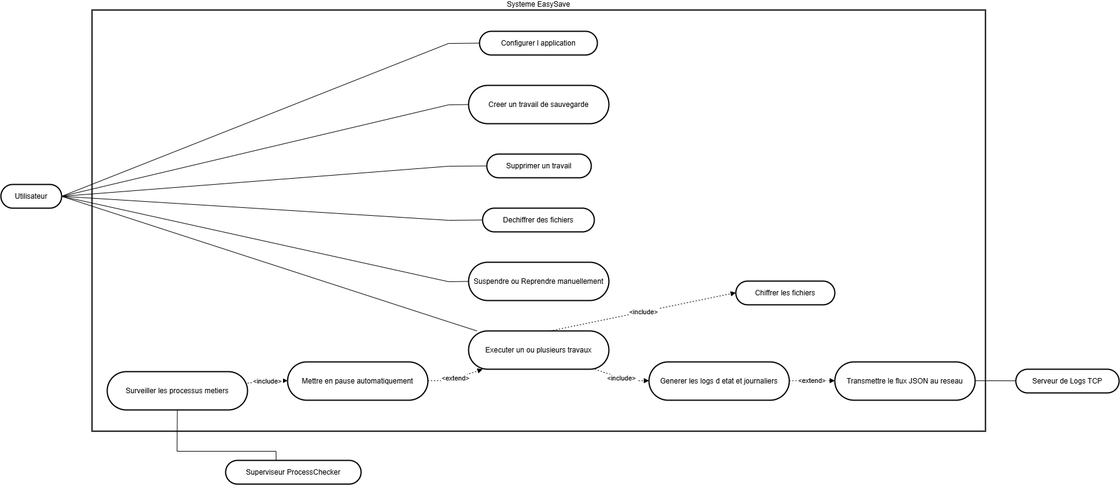
Earlier version of the draw.io export docs/diagramme use case.png (Doggo785/EasySave). Source tidied: cells renumbered, new cells last; positions are measured from the earlier drawing's top-left corner, leaving out a move shared by most shapes.
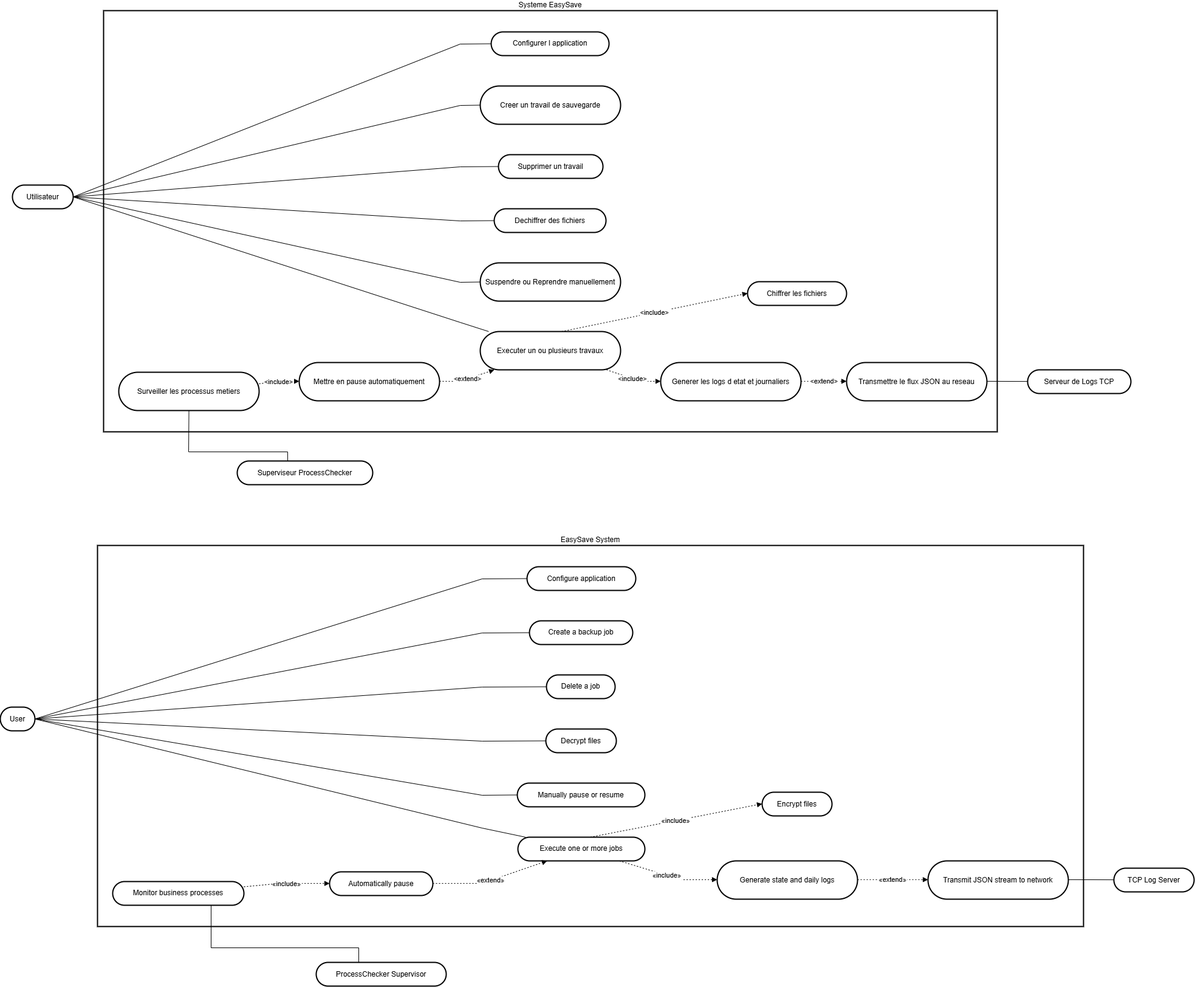
The same file after the commit.

Commit message:
docs(diagrams): translate sequence and use case diagrams to English

Update the labels and documentation for the V3 sequence and use case diagrams to use English terminology.

Standardize technical terms in sequence diagrams

Translate actors and actions in use case diagrams

Ensure consistency with the rest of the technical documentation

What changed in the source:
```diff
@@ -127,5 +127,131 @@
     <mxCell id="29" style="curved=1;startArrow=none;endArrow=none;exitX=1;exitY=0.49;entryX=0;entryY=0.49;rounded=0;" parent="1" edge="1" source="16" target="5">
       <mxGeometry relative="1" as="geometry" />
     </mxCell>
+    <mxCell id="30" value="EasySave System" style="whiteSpace=wrap;strokeWidth=2;labelPosition=center;verticalLabelPosition=top;align=center;verticalAlign=bottom;" parent="1" vertex="1">
+      <mxGeometry x="140" y="880" width="1623" height="627" as="geometry" />
+    </mxCell>
+    <mxCell id="31" value="User" style="rounded=1;whiteSpace=wrap;arcSize=50;strokeWidth=2;" parent="1" vertex="1">
+      <mxGeometry x="-20" y="1146" width="57" height="39" as="geometry" />
+    </mxCell>
+    <mxCell id="32" value="ProcessChecker Supervisor" style="rounded=1;whiteSpace=wrap;arcSize=50;strokeWidth=2;" parent="1" vertex="1">
+      <mxGeometry x="500" y="1566" width="214" height="39" as="geometry" />
+    </mxCell>
+    <mxCell id="33" value="TCP Log Server" style="rounded=1;whiteSpace=wrap;arcSize=50;strokeWidth=2;" parent="1" vertex="1">
+      <mxGeometry x="1813" y="1411" width="132" height="39" as="geometry" />
+    </mxCell>
+    <mxCell id="34" value="Configure application" style="rounded=1;whiteSpace=wrap;arcSize=50;strokeWidth=2;" parent="1" vertex="1">
+      <mxGeometry x="847" y="915" width="179" height="39" as="geometry" />
+    </mxCell>
+    <mxCell id="35" value="Create a backup job" style="rounded=1;whiteSpace=wrap;arcSize=50;strokeWidth=2;" parent="1" vertex="1">
+      <mxGeometry x="851" y="1004" width="170" height="39" as="geometry" />
+    </mxCell>
+    <mxCell id="36" value="Delete a job" style="rounded=1;whiteSpace=wrap;arcSize=50;strokeWidth=2;" parent="1" vertex="1">
+      <mxGeometry x="879" y="1093" width="113" height="39" as="geometry" />
+    </mxCell>
+    <mxCell id="37" value="Decrypt files" style="rounded=1;whiteSpace=wrap;arcSize=50;strokeWidth=2;" parent="1" vertex="1">
+      <mxGeometry x="878" y="1182" width="116" height="39" as="geometry" />
+    </mxCell>
+    <mxCell id="38" value="Manually pause or resume" style="rounded=1;whiteSpace=wrap;arcSize=50;strokeWidth=2;" parent="1" vertex="1">
+      <mxGeometry x="831" y="1271" width="210" height="39" as="geometry" />
+    </mxCell>
+    <mxCell id="39" value="Execute one or more jobs" style="rounded=1;whiteSpace=wrap;arcSize=50;strokeWidth=2;" parent="1" vertex="1">
+      <mxGeometry x="832" y="1360" width="209" height="39" as="geometry" />
+    </mxCell>
+    <mxCell id="40" value="Encrypt files" style="rounded=1;whiteSpace=wrap;arcSize=50;strokeWidth=2;" parent="1" vertex="1">
+      <mxGeometry x="1234" y="1286" width="115" height="39" as="geometry" />
+    </mxCell>
+    <mxCell id="41" value="Generate state and daily logs" style="rounded=1;whiteSpace=wrap;arcSize=50;strokeWidth=2;" parent="1" vertex="1">
+      <mxGeometry x="1160" y="1399" width="231" height="63" as="geometry" />
+    </mxCell>
+    <mxCell id="42" value="Automatically pause" style="rounded=1;whiteSpace=wrap;arcSize=50;strokeWidth=2;" parent="1" vertex="1">
+      <mxGeometry x="522" y="1417" width="170" height="39" as="geometry" />
+    </mxCell>
+    <mxCell id="43" value="Monitor business processes" style="rounded=1;whiteSpace=wrap;arcSize=50;strokeWidth=2;" parent="1" vertex="1">
+      <mxGeometry x="165" y="1433" width="216" height="39" as="geometry" />
+    </mxCell>
+    <mxCell id="44" value="Transmit JSON stream to network" style="rounded=1;whiteSpace=wrap;arcSize=50;strokeWidth=2;" parent="1" vertex="1">
+      <mxGeometry x="1507" y="1399" width="231" height="63" as="geometry" />
+    </mxCell>
+    <mxCell id="45" style="curved=0;startArrow=none;endArrow=none;exitX=1;exitY=0.5;entryX=0;entryY=0.5;rounded=0;exitDx=0;exitDy=0;" parent="1" edge="1" source="31" target="34">
+      <mxGeometry relative="1" as="geometry">
+        <Array as="points">
+          <mxPoint x="773" y="935" />
+        </Array>
+      </mxGeometry>
+    </mxCell>
+    <mxCell id="46" style="curved=0;startArrow=none;endArrow=none;exitX=1;exitY=0.5;entryX=0;entryY=0.5;rounded=0;exitDx=0;exitDy=0;" parent="1" edge="1" source="31" target="35">
+      <mxGeometry relative="1" as="geometry">
+        <Array as="points">
+          <mxPoint x="773" y="1024" />
+        </Array>
+      </mxGeometry>
+    </mxCell>
+    <mxCell id="47" style="curved=0;startArrow=none;endArrow=none;exitX=1;exitY=0.5;entryX=0;entryY=0.5;rounded=0;exitDx=0;exitDy=0;" parent="1" edge="1" source="31" target="36">
+      <mxGeometry relative="1" as="geometry">
+        <Array as="points">
+          <mxPoint x="773" y="1113" />
+        </Array>
+      </mxGeometry>
+    </mxCell>
+    <mxCell id="48" style="curved=0;startArrow=none;endArrow=none;exitX=1;exitY=0.5;entryX=0;entryY=0.5;rounded=0;exitDx=0;exitDy=0;" parent="1" edge="1" source="31" target="37">
+      <mxGeometry relative="1" as="geometry">
+        <Array as="points">
+          <mxPoint x="773" y="1202" />
+        </Array>
+      </mxGeometry>
+    </mxCell>
+    <mxCell id="49" style="curved=0;startArrow=none;endArrow=none;exitX=1;exitY=0.5;entryX=0;entryY=0.5;rounded=0;exitDx=0;exitDy=0;" parent="1" edge="1" source="31" target="38">
+      <mxGeometry relative="1" as="geometry">
+        <Array as="points">
+          <mxPoint x="773" y="1291" />
+        </Array>
+      </mxGeometry>
+    </mxCell>
+    <mxCell id="50" style="curved=0;startArrow=none;endArrow=none;exitX=1;exitY=0.5;entryX=0.06;entryY=0;rounded=0;exitDx=0;exitDy=0;" parent="1" edge="1" source="31" target="39">
+      <mxGeometry relative="1" as="geometry">
+        <Array as="points">
+          <mxPoint x="773" y="1345" />
+        </Array>
+      </mxGeometry>
+    </mxCell>
+    <mxCell id="51" value="«include»" style="curved=0;dashed=1;dashPattern=2 3;startArrow=none;endArrow=block;exitX=0.57;exitY=0;entryX=0;entryY=0.49;rounded=0;" parent="1" edge="1" source="39" target="40">
+      <mxGeometry relative="1" as="geometry" />
+    </mxCell>
+    <mxCell id="52" value="«include»" style="curved=0;dashed=1;dashPattern=2 3;startArrow=none;endArrow=block;exitX=0.8;exitY=1;entryX=0;entryY=0.49;rounded=0;" parent="1" edge="1" source="39" target="41">
+      <mxGeometry relative="1" as="geometry">
+        <Array as="points">
+          <mxPoint x="1101" y="1430" />
+        </Array>
+      </mxGeometry>
+    </mxCell>
+    <mxCell id="53" value="«include»" style="curved=0;dashed=1;dashPattern=2 3;startArrow=none;endArrow=block;exitX=1;exitY=0.22;entryX=0;entryY=0.49;rounded=0;" parent="1" edge="1" source="43" target="42">
+      <mxGeometry relative="1" as="geometry">
+        <Array as="points">
+          <mxPoint x="441" y="1436" />
+        </Array>
+      </mxGeometry>
+    </mxCell>
+    <mxCell id="54" value="«extend»" style="curved=0;dashed=1;dashPattern=2 3;startArrow=none;endArrow=block;exitX=1;exitY=0.49;entryX=0.23;entryY=1;rounded=0;" parent="1" edge="1" source="42" target="39">
+      <mxGeometry relative="1" as="geometry">
+        <Array as="points">
+          <mxPoint x="773" y="1436" />
+        </Array>
+      </mxGeometry>
+    </mxCell>
+    <mxCell id="55" value="«extend»" style="curved=0;dashed=1;dashPattern=2 3;startArrow=none;endArrow=block;exitX=1;exitY=0.49;entryX=0;entryY=0.49;rounded=0;" parent="1" edge="1" source="41" target="44">
+      <mxGeometry relative="1" as="geometry" />
+    </mxCell>
+    <mxCell id="56" style="curved=0;startArrow=none;endArrow=none;exitX=0.75;exitY=1;rounded=0;exitDx=0;exitDy=0;" parent="1" edge="1" source="43">
+      <mxGeometry relative="1" as="geometry">
+        <mxPoint x="570" y="1566" as="targetPoint" />
+        <Array as="points">
+          <mxPoint x="327" y="1542" />
+          <mxPoint x="570" y="1542" />
+        </Array>
+      </mxGeometry>
+    </mxCell>
+    <mxCell id="57" style="curved=1;startArrow=none;endArrow=none;exitX=1;exitY=0.49;entryX=0;entryY=0.49;rounded=0;" parent="1" edge="1" source="44" target="33">
+      <mxGeometry relative="1" as="geometry" />
+    </mxCell>
   </root>
 </mxGraphModel>
```
